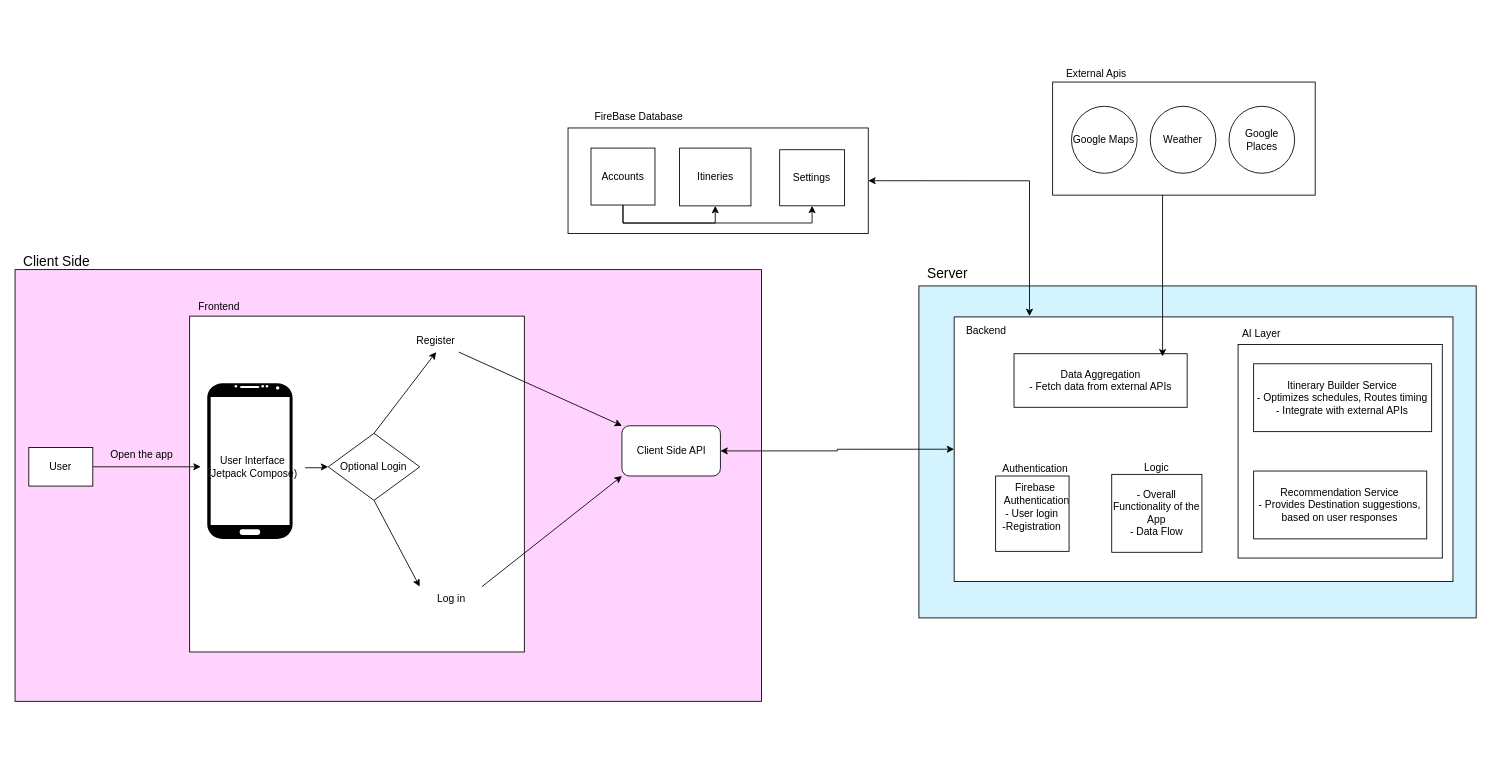
The draw.io diagram Archetecture_Diagram.drawio in smehars/AItinerary, before the edit. Source tidied: cells renumbered, new cells numbered last; positions are measured from the earlier drawing's top-left corner, leaving out a move shared by most shapes. Both pictures are drawn from the tidied source at 86%, with x=0, y=0 at pixel (15, 63).
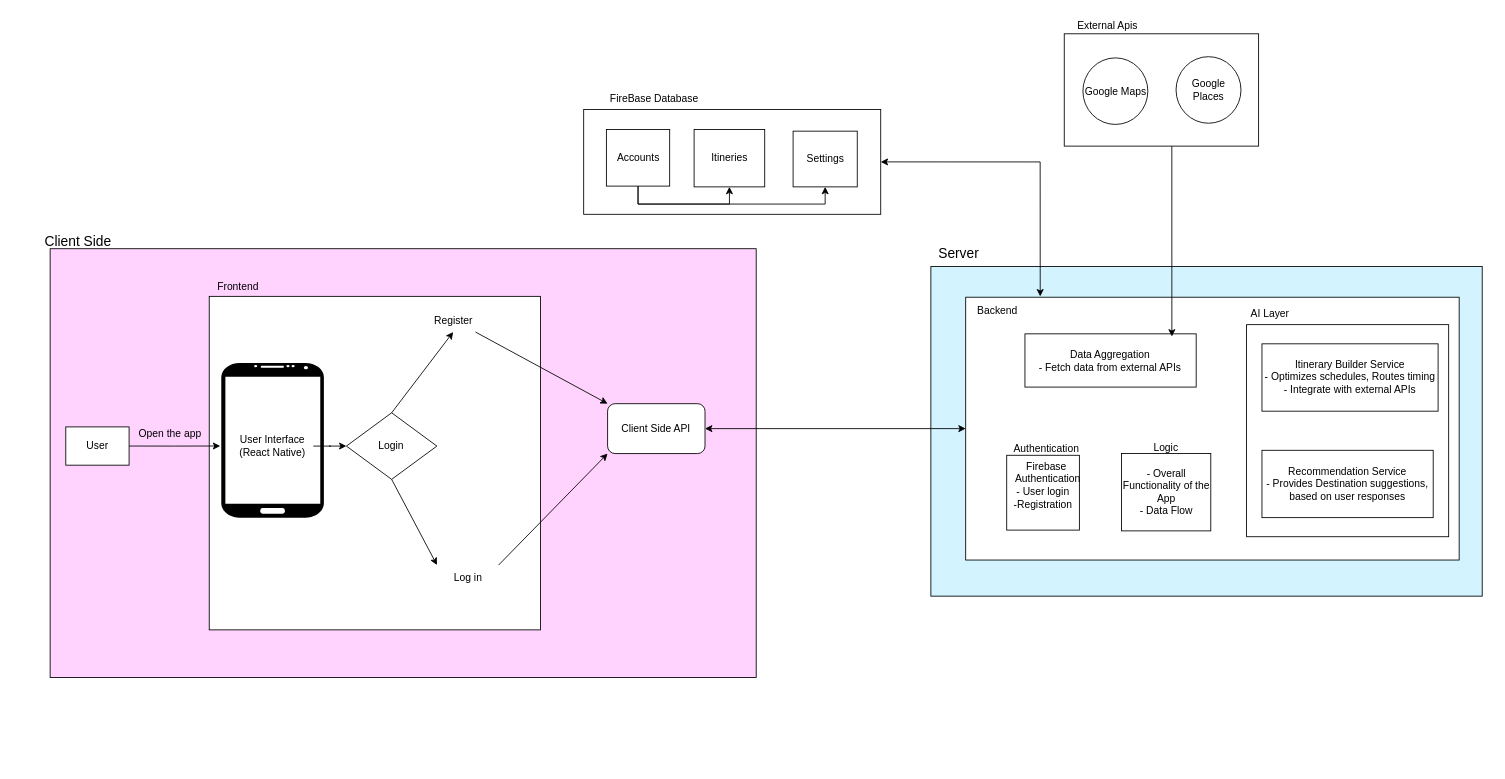
The same diagram, later.

The edit, as a diff of the source:
```diff
@@
-    <mxCell id="2" style="group;" parent="1" vertex="1">
-      <mxGeometry x="16" width="1699" height="816" as="geometry" />
-    </mxCell>
-    <mxCell id="3" style="whiteSpace=wrap;html=1;fillColor=#D3F4FF;" parent="2" vertex="1">
-      <mxGeometry x="1035" y="259" width="648" height="386" as="geometry" />
+    <mxCell id="3" style="whiteSpace=wrap;html=1;fillColor=#D3F4FF;" parent="1" vertex="1">
+      <mxGeometry x="1064.9" y="236.3" width="641.1" height="383.4" as="geometry" />
     </mxCell>
-    <mxCell id="4" style="whiteSpace=wrap;html=1;fillColor=#FFD3FD;" parent="2" vertex="1">
-      <mxGeometry x="-16" y="240" width="868" height="502" as="geometry" />
+    <mxCell id="4" style="whiteSpace=wrap;html=1;fillColor=#FFD3FD;" parent="1" vertex="1">
+      <mxGeometry x="40.8" y="215.7" width="821" height="498.6" as="geometry" />
     </mxCell>
-    <mxCell id="5" style="rounded=0;whiteSpace=wrap;html=1;" parent="2" vertex="1">
-      <mxGeometry x="187" y="294.1" width="389.2" height="390.5" as="geometry" />
+    <mxCell id="5" style="rounded=0;whiteSpace=wrap;html=1;" parent="1" vertex="1">
+      <mxGeometry x="225.8" y="271.1" width="385.1" height="387.8" as="geometry" />
     </mxCell>
-    <mxCell id="6" style="edgeStyle=orthogonalEdgeStyle;rounded=0;jettySize=auto;html=1;entryX=0;entryY=0.5;entryDx=0;entryDy=0;startArrow=classic;startFill=1;" parent="2" edge="1" source="38" target="24">
+    <mxCell id="6" style="edgeStyle=orthogonalEdgeStyle;rounded=0;jettySize=auto;html=1;entryX=0;entryY=0.5;entryDx=0;entryDy=0;startArrow=classic;startFill=1;" parent="1" edge="1" source="38" target="24">
       <mxGeometry relative="1" as="geometry" />
     </mxCell>
-    <mxCell id="7" style="edgeStyle=orthogonalEdgeStyle;rounded=0;jettySize=auto;html=1;exitX=1;exitY=0.5;exitDx=0;exitDy=0;" parent="2" edge="1" source="8">
+    <mxCell id="7" style="edgeStyle=orthogonalEdgeStyle;rounded=0;jettySize=auto;html=1;exitX=1;exitY=0.5;exitDx=0;exitDy=0;" parent="1" edge="1" source="8">
       <mxGeometry relative="1" as="geometry">
-        <mxPoint x="199.9" y="469.3" as="targetPoint" />
+        <mxPoint x="238.6" y="445.1" as="targetPoint" />
       </mxGeometry>
     </mxCell>
-    <mxCell id="8" value="User" style="whiteSpace=wrap;html=1;" parent="2" vertex="1">
-      <mxGeometry y="446.9" width="74.4" height="44.8" as="geometry" />
+    <mxCell id="8" value="User" style="whiteSpace=wrap;html=1;" parent="1" vertex="1">
+      <mxGeometry x="59" y="422.9" width="73.6" height="44.5" as="geometry" />
     </mxCell>
-    <mxCell id="9" value="Open the app" style="text;html=1;align=center;verticalAlign=middle;strokeColor=none;fillColor=none;" parent="2" vertex="1">
-      <mxGeometry x="85.9" y="442.1" width="91" height="26" as="geometry" />
+    <mxCell id="9" value="Open the app" style="text;html=1;align=center;verticalAlign=middle;strokeColor=none;fillColor=none;" parent="1" vertex="1">
+      <mxGeometry x="134.8" y="418.1" width="91" height="26" as="geometry" />
     </mxCell>
-    <mxCell id="10" value="Optional Login" style="rhombus;whiteSpace=wrap;html=1;" parent="2" vertex="1">
-      <mxGeometry x="348.2" y="430.4" width="106.4" height="77.9" as="geometry" />
+    <mxCell id="10" value="Login" style="rhombus;whiteSpace=wrap;html=1;" parent="1" vertex="1">
+      <mxGeometry x="385.3" y="406.5" width="105.2" height="77.4" as="geometry" />
     </mxCell>
-    <mxCell id="11" style="endArrow=classic;html=1;rounded=0;exitX=0.5;exitY=1;exitDx=0;exitDy=0;entryX=0;entryY=0;entryDx=0;entryDy=0;" parent="2" edge="1" source="10" target="12">
+    <mxCell id="11" style="endArrow=classic;html=1;rounded=0;exitX=0.5;exitY=1;exitDx=0;exitDy=0;entryX=0;entryY=0;entryDx=0;entryDy=0;" parent="1" edge="1" source="10" target="12">
       <mxGeometry relative="1" as="geometry" />
     </mxCell>
-    <mxCell id="12" value="Log in" style="text;html=1;align=center;verticalAlign=middle;whiteSpace=wrap;rounded=0;" parent="2" vertex="1">
-      <mxGeometry x="454.5" y="608.6" width="72.5" height="29.2" as="geometry" />
+    <mxCell id="12" value="Log in" style="text;html=1;align=center;verticalAlign=middle;whiteSpace=wrap;rounded=0;" parent="1" vertex="1">
+      <mxGeometry x="490.6" y="583.5" width="71.7" height="29" as="geometry" />
     </mxCell>
-    <mxCell id="13" style="endArrow=classic;html=1;rounded=0;exitX=0.5;exitY=0;exitDx=0;exitDy=0;entryX=0.5;entryY=1;entryDx=0;entryDy=0;" parent="2" edge="1" source="10" target="14">
+    <mxCell id="13" style="endArrow=classic;html=1;rounded=0;exitX=0.5;exitY=0;exitDx=0;exitDy=0;entryX=0.5;entryY=1;entryDx=0;entryDy=0;" parent="1" edge="1" source="10" target="14">
       <mxGeometry relative="1" as="geometry" />
     </mxCell>
-    <mxCell id="14" value="Register" style="text;html=1;align=center;verticalAlign=middle;whiteSpace=wrap;rounded=0;" parent="2" vertex="1">
-      <mxGeometry x="447.4" y="310.6" width="52.5" height="25.3" as="geometry" />
+    <mxCell id="14" value="Register" style="text;html=1;align=center;verticalAlign=middle;whiteSpace=wrap;rounded=0;" parent="1" vertex="1">
+      <mxGeometry x="483.5" y="287.5" width="51.9" height="25.1" as="geometry" />
     </mxCell>
-    <mxCell id="15" style="group;" parent="2" vertex="1">
-      <mxGeometry x="627" y="50" width="349.1" height="148" as="geometry" />
+    <mxCell id="15" style="group;" parent="1" vertex="1">
+      <mxGeometry x="661.2" y="28.7" width="345.4" height="147" as="geometry" />
     </mxCell>
     <mxCell id="16" style="whiteSpace=wrap;html=1;" parent="15" vertex="1">
-      <mxGeometry y="25.3" width="349.1" height="122.7" as="geometry" />
+      <mxGeometry y="25.1" width="345.4" height="121.9" as="geometry" />
     </mxCell>
     <mxCell id="17" value="FireBase Database" style="text;html=1;align=center;verticalAlign=middle;strokeColor=none;fillColor=none;" parent="15" vertex="1">
-      <mxGeometry x="21.7" width="121" height="26" as="geometry" />
+      <mxGeometry x="21.5" width="121" height="26" as="geometry" />
     </mxCell>
@@
     <mxCell id="20" value="Accounts" style="whiteSpace=wrap;html=1;" parent="15" vertex="1">
-      <mxGeometry x="26.7" y="48.7" width="74.4" height="66.2" as="geometry" />
+      <mxGeometry x="26.4" y="48.4" width="73.6" height="65.8" as="geometry" />
     </mxCell>
     <mxCell id="21" value="Itineries" style="whiteSpace=wrap;html=1;" parent="15" vertex="1">
-      <mxGeometry x="129.7" y="48.7" width="83" height="67.2" as="geometry" />
+      <mxGeometry x="128.4" y="48.4" width="82.1" height="66.7" as="geometry" />
     </mxCell>
     <mxCell id="22" value="Settings" style="whiteSpace=wrap;html=1;" parent="15" vertex="1">
-      <mxGeometry x="246.1" y="50.6" width="75.4" height="65.2" as="geometry" />
+      <mxGeometry x="243.5" y="50.3" width="74.6" height="64.8" as="geometry" />
     </mxCell>
-    <mxCell id="23" style="group;" parent="2" vertex="1">
-      <mxGeometry x="1076" y="295" width="580" height="307.7" as="geometry" />
+    <mxCell id="23" style="group;" parent="1" vertex="1">
+      <mxGeometry x="1105.4" y="272.1" width="573.8" height="305.6" as="geometry" />
     </mxCell>
     <mxCell id="24" style="whiteSpace=wrap;html=1;" parent="23" vertex="1">
-      <mxGeometry width="580" height="307.7" as="geometry" />
+      <mxGeometry width="573.8" height="305.6" as="geometry" />
     </mxCell>
@@
     <mxCell id="26" value="&lt;div&gt;&lt;br&gt;&lt;/div&gt;&lt;div&gt;- User login&lt;/div&gt;&lt;div&gt;-Registration&lt;br&gt;&lt;/div&gt;" style="rounded=0;whiteSpace=wrap;html=1;" parent="23" vertex="1">
-      <mxGeometry x="48.2" y="185" width="85.4" height="87.6" as="geometry" />
+      <mxGeometry x="47.7" y="183.8" width="84.5" height="87" as="geometry" />
     </mxCell>
     <mxCell id="27" value="Firebase&lt;br&gt;&amp;nbsp;Authentication" style="text;html=1;align=center;verticalAlign=middle;strokeColor=none;fillColor=none;" parent="23" vertex="1">
-      <mxGeometry x="45.3" y="185" width="97" height="41" as="geometry" />
+      <mxGeometry x="44.8" y="183.8" width="97" height="41" as="geometry" />
     </mxCell>
     <mxCell id="28" value="Authentication" style="text;html=1;align=center;verticalAlign=middle;strokeColor=none;fillColor=none;" parent="23" vertex="1">
-      <mxGeometry x="46.3" y="163.6" width="95" height="26" as="geometry" />
+      <mxGeometry x="45.8" y="162.5" width="95" height="26" as="geometry" />
     </mxCell>
     <mxCell id="29" value="&lt;div&gt;Itinerary Builder Service&lt;/div&gt;&lt;div&gt;- Optimizes schedules, Routes timing&lt;br&gt;&lt;/div&gt;&lt;div&gt;- Integrate with external APIs&lt;br&gt;&lt;/div&gt;" style="whiteSpace=wrap;html=1;" parent="23" vertex="1">
-      <mxGeometry x="348.2" y="54.5" width="207" height="78.9" as="geometry" />
+      <mxGeometry x="344.5" y="54.2" width="204.8" height="78.3" as="geometry" />
     </mxCell>
     <mxCell id="30" value="&lt;div&gt;Recommendation Service&lt;/div&gt;&lt;div&gt;- Provides Destination suggestions, based on user responses&lt;/div&gt;" style="whiteSpace=wrap;html=1;" parent="23" vertex="1">
-      <mxGeometry x="348.2" y="179.2" width="201.3" height="78.9" as="geometry" />
+      <mxGeometry x="344.5" y="178" width="199.1" height="78.3" as="geometry" />
     </mxCell>
     <mxCell id="31" value="&lt;div&gt;Data Aggregation&lt;/div&gt;&lt;div&gt;- Fetch data from external APIs&lt;br&gt;&lt;/div&gt;" style="whiteSpace=wrap;html=1;" parent="23" vertex="1">
-      <mxGeometry x="69.6" y="42.8" width="201.3" height="62.3" as="geometry" />
+      <mxGeometry x="68.9" y="42.6" width="199.1" height="61.9" as="geometry" />
     </mxCell>
     <mxCell id="32" style="whiteSpace=wrap;html=1;fillColor=none;strokeColor=light-dark(#000000,#0000CC);" parent="23" vertex="1">
-      <mxGeometry x="330.1" y="32.1" width="237.5" height="248.3" as="geometry" />
+      <mxGeometry x="326.6" y="31.9" width="235" height="246.6" as="geometry" />
     </mxCell>
     <mxCell id="33" value="&lt;span style=&quot;color: light-dark(rgb(0, 0, 0), rgb(0, 0, 204));&quot;&gt;AI Layer&lt;br&gt;&lt;/span&gt;" style="text;html=1;align=center;verticalAlign=middle;strokeColor=none;fillColor=none;" parent="23" vertex="1">
-      <mxGeometry x="326.2" y="6.8" width="61" height="26" as="geometry" />
+      <mxGeometry x="322.8" y="6.8" width="61" height="26" as="geometry" />
     </mxCell>
     <mxCell id="34" value="&lt;div&gt;- Overall Functionality of the App&lt;/div&gt;&lt;div&gt;- Data Flow&lt;br&gt;&lt;/div&gt;" style="rounded=0;whiteSpace=wrap;html=1;" parent="23" vertex="1">
-      <mxGeometry x="183.2" y="183.1" width="104.9" height="90.6" as="geometry" />
+      <mxGeometry x="181.2" y="181.8" width="103.8" height="89.9" as="geometry" />
     </mxCell>
     <mxCell id="35" value="Logic" style="text;html=1;align=center;verticalAlign=middle;whiteSpace=wrap;rounded=0;" parent="23" vertex="1">
-      <mxGeometry x="207" y="161.6" width="57.2" height="29.2" as="geometry" />
+      <mxGeometry x="204.8" y="160.6" width="56.6" height="29" as="geometry" />
     </mxCell>
-    <mxCell id="36" style="edgeStyle=orthogonalEdgeStyle;rounded=0;jettySize=auto;html=1;entryX=0.858;entryY=0.05;entryDx=0;entryDy=0;entryPerimeter=0;exitX=0.5;exitY=1;exitDx=0;exitDy=0;" parent="2" edge="1" source="48" target="31">
+    <mxCell id="36" style="edgeStyle=orthogonalEdgeStyle;rounded=0;jettySize=auto;html=1;entryX=0.858;entryY=0.05;entryDx=0;entryDy=0;entryPerimeter=0;exitX=0.5;exitY=1;exitDx=0;exitDy=0;" parent="1" edge="1" source="48" target="31">
       <mxGeometry relative="1" as="geometry">
         <Array as="points">
-          <mxPoint x="1318.3" y="64.3" />
+          <mxPoint x="1345.2" y="42.8" />
         </Array>
       </mxGeometry>
     </mxCell>
-    <mxCell id="37" style="edgeStyle=orthogonalEdgeStyle;rounded=0;jettySize=auto;html=1;exitX=1;exitY=0.5;exitDx=0;exitDy=0;entryX=0.151;entryY=-0.003;entryDx=0;entryDy=0;entryPerimeter=0;startArrow=classic;startFill=1;" parent="2" edge="1" source="16" target="24">
+    <mxCell id="37" style="edgeStyle=orthogonalEdgeStyle;rounded=0;jettySize=auto;html=1;exitX=1;exitY=0.5;exitDx=0;exitDy=0;entryX=0.151;entryY=-0.003;entryDx=0;entryDy=0;entryPerimeter=0;startArrow=classic;startFill=1;" parent="1" edge="1" source="16" target="24">
       <mxGeometry relative="1" as="geometry" />
     </mxCell>
-    <mxCell id="38" value="Client Side API" style="rounded=1;whiteSpace=wrap;html=1;" parent="2" vertex="1">
-      <mxGeometry x="689.7" y="421.6" width="114.5" height="58.4" as="geometry" />
+    <mxCell id="38" value="Client Side API" style="rounded=1;whiteSpace=wrap;html=1;" parent="1" vertex="1">
+      <mxGeometry x="689" y="395.9" width="113.3" height="58" as="geometry" />
     </mxCell>
-    <mxCell id="39" style="endArrow=classic;html=1;rounded=0;exitX=1;exitY=1;exitDx=0;exitDy=0;entryX=0;entryY=0;entryDx=0;entryDy=0;" parent="2" edge="1" source="14" target="38">
+    <mxCell id="39" style="endArrow=classic;html=1;rounded=0;exitX=1;exitY=1;exitDx=0;exitDy=0;entryX=0;entryY=0;entryDx=0;entryDy=0;" parent="1" edge="1" source="14" target="38">
       <mxGeometry relative="1" as="geometry" />
     </mxCell>
-    <mxCell id="40" style="endArrow=classic;html=1;rounded=0;exitX=1;exitY=0;exitDx=0;exitDy=0;entryX=0;entryY=1;entryDx=0;entryDy=0;" parent="2" edge="1" source="12" target="38">
+    <mxCell id="40" style="endArrow=classic;html=1;rounded=0;exitX=1;exitY=0;exitDx=0;exitDy=0;entryX=0;entryY=1;entryDx=0;entryDy=0;" parent="1" edge="1" source="12" target="38">
       <mxGeometry relative="1" as="geometry" />
     </mxCell>
-    <mxCell id="41" value="Frontend" style="text;html=1;align=center;verticalAlign=middle;strokeColor=none;fillColor=none;" parent="2" vertex="1">
-      <mxGeometry x="187" y="269.7" width="67" height="26" as="geometry" />
+    <mxCell id="41" value="Frontend" style="text;html=1;align=center;verticalAlign=middle;strokeColor=none;fillColor=none;" parent="1" vertex="1">
+      <mxGeometry x="225.8" y="246.9" width="67" height="26" as="geometry" />
     </mxCell>
-    <mxCell id="42" style="group;" parent="2" vertex="1">
-      <mxGeometry x="199.4" y="372" width="116.4" height="181.1" as="geometry" />
+    <mxCell id="42" style="group;" parent="1" vertex="1">
+      <mxGeometry x="230" y="348.5" width="140" height="179.9" as="geometry" />
     </mxCell>
     <mxCell id="43" style="verticalLabelPosition=bottom;verticalAlign=top;html=1;shadow=0;dashed=0;strokeWidth=1;shape=mxgraph.android.phone2;strokeColor=none;fillStyle=auto;fillColor=light-dark(default, #ffffff);gradientColor=light-dark(#000000,#FFFFFF);gradientDirection=radial;" parent="42" vertex="1">
-      <mxGeometry x="8.1" width="99.2" height="181.1" as="geometry" />
+      <mxGeometry x="9.8" width="119.3" height="179.9" as="geometry" />
     </mxCell>
-    <mxCell id="44" value="User Interface&lt;br&gt;(Jetpack Compose)" style="text;html=1;align=center;verticalAlign=middle;points=[];strokeColor=none;fillColor=none;" parent="42" vertex="1">
-      <mxGeometry y="77.9" width="122" height="41" as="geometry" />
+    <mxCell id="44" value="User Interface&lt;br&gt;(React Native)" style="text;html=1;align=center;verticalAlign=middle;points=[];strokeColor=none;fillColor=none;" parent="42" vertex="1">
+      <mxGeometry x="21.9" y="76.2" width="95" height="41" as="geometry" />
     </mxCell>
-    <mxCell id="45" style="edgeStyle=orthogonalEdgeStyle;rounded=0;jettySize=auto;html=1;entryX=0;entryY=0.5;entryDx=0;entryDy=0;" parent="2" edge="1" source="44" target="10">
+    <mxCell id="45" style="edgeStyle=orthogonalEdgeStyle;rounded=0;jettySize=auto;html=1;entryX=0;entryY=0.5;entryDx=0;entryDy=0;" parent="1" edge="1" source="44" target="10">
       <mxGeometry relative="1" as="geometry" />
     </mxCell>
-    <mxCell id="46" style="group;" parent="2" vertex="1">
-      <mxGeometry x="1190.5" width="305.3" height="153.4" as="geometry" />
+    <mxCell id="46" style="group;" parent="1" vertex="1">
+      <mxGeometry x="1220" y="-56" width="302" height="152.3" as="geometry" />
     </mxCell>
@@
     <mxCell id="48" style="rounded=0;whiteSpace=wrap;html=1;" parent="46" vertex="1">
-      <mxGeometry y="21.9" width="305.3" height="131.5" as="geometry" />
+      <mxGeometry y="21.8" width="226" height="130.6" as="geometry" />
     </mxCell>
     <mxCell id="49" value="Google Maps" style="ellipse;whiteSpace=wrap;html=1;" parent="46" vertex="1">
-      <mxGeometry x="21.9" y="50.1" width="76.3" height="77.9" as="geometry" />
+      <mxGeometry x="21.7" y="49.8" width="75.5" height="77.4" as="geometry" />
     </mxCell>
-    <mxCell id="50" value="Weather" style="ellipse;whiteSpace=wrap;html=1;" parent="46" vertex="1">
-      <mxGeometry x="113.5" y="50.1" width="76.3" height="77.9" as="geometry" />
-    </mxCell>
     <mxCell id="51" value="Google Places" style="ellipse;whiteSpace=wrap;html=1;" parent="46" vertex="1">
-      <mxGeometry x="205.1" y="50.1" width="76.3" height="77.9" as="geometry" />
+      <mxGeometry x="130" y="48.4" width="75.5" height="77.4" as="geometry" />
     </mxCell>
-    <mxCell id="52" value="Client Side" style="text;html=1;align=center;verticalAlign=middle;strokeColor=none;fillColor=none;fontSize=16;" parent="2" vertex="1">
-      <mxGeometry x="-16" y="214" width="95" height="31" as="geometry" />
+    <mxCell id="52" value="Client Side" style="text;html=1;align=center;verticalAlign=middle;strokeColor=none;fillColor=none;fontSize=16;" parent="1" vertex="1">
+      <mxGeometry x="25" y="191.6" width="95" height="31" as="geometry" />
     </mxCell>
-    <mxCell id="53" value="Server" style="text;html=1;align=center;verticalAlign=middle;strokeColor=none;fillColor=none;fontSize=16;" parent="2" vertex="1">
-      <mxGeometry x="1035" y="228" width="65" height="31" as="geometry" />
+    <mxCell id="53" value="Server" style="text;html=1;align=center;verticalAlign=middle;strokeColor=none;fillColor=none;fontSize=16;" parent="1" vertex="1">
+      <mxGeometry x="1064.9" y="205.5" width="65" height="31" as="geometry" />
     </mxCell>
```
